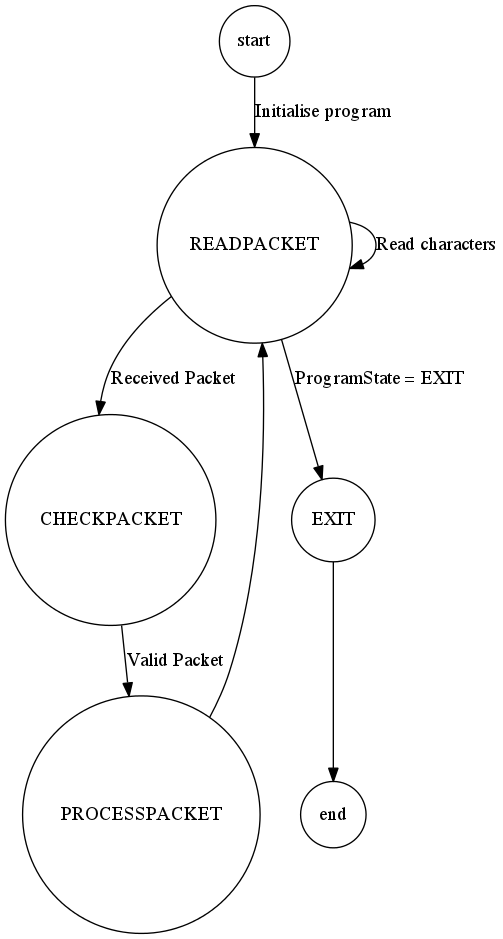
Earlier version of the Graphviz export Year 1/CSA/SerialRingLan/SerialRingLan/design/Receiver.png (JSquared-dev/UniWork). Its source is kept beside it as Year 1/CSA/SerialRingLan/SerialRingLan/design/Receiver.dot. Source of this version:
```dot
digraph fsm {
	graph [ rankdir = TB ];
	node [shape = "circle" ];
	ordering="out";
	{rank=min start}
	{rankdir=LR  }
	{rank=max end}
	start -> READPACKET [ label = "Initialise program" ];
	READPACKET -> READPACKET [ label = "Read characters" ];
	READPACKET -> CHECKPACKET [ label = "Received Packet" ];
	CHECKPACKET -> PROCESSPACKET [ label = "Valid Packet" ];
	PROCESSPACKET -> READPACKET;
	READPACKET -> EXIT [ label = "ProgramState = EXIT" ];
	EXIT -> end;
}
```
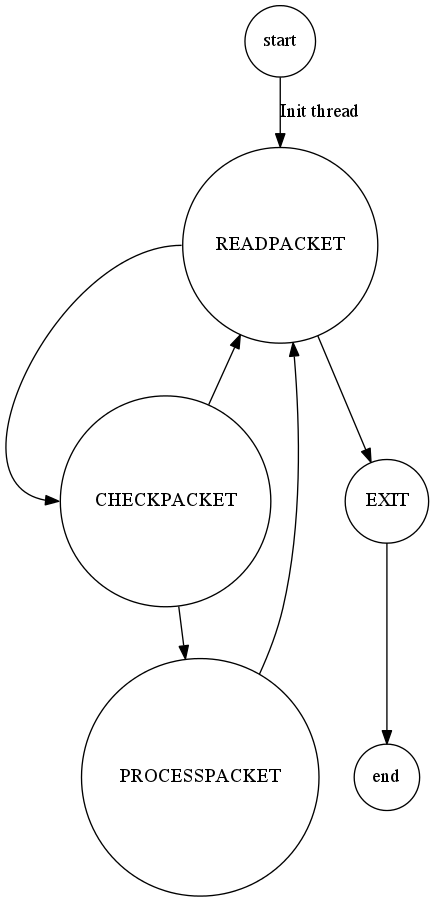
After the commit.

Diff of the diagram source:
```diff
@@ -5,11 +5,11 @@
 	{rank=min start}
 	{rankdir=LR  }
 	{rank=max end}
-	start -> READPACKET [ label = "Initialise program" ];
-	READPACKET -> READPACKET [ label = "Read characters" ];
-	READPACKET -> CHECKPACKET [ label = "Received Packet" ];
-	CHECKPACKET -> PROCESSPACKET [ label = "Valid Packet" ];
+	start -> READPACKET [ label = "Init thread" ];
+	READPACKET:w -> CHECKPACKET:w;// [ label = "Read 16 characters" ];
+	CHECKPACKET -> PROCESSPACKET;// [ label = "Valid Packet" ];
+	CHECKPACKET -> READPACKET;
 	PROCESSPACKET -> READPACKET;
-	READPACKET -> EXIT [ label = "ProgramState = EXIT" ];
+	READPACKET -> EXIT;// [ label = "ProgramState = EXIT" ];
 	EXIT -> end;
 }
```
